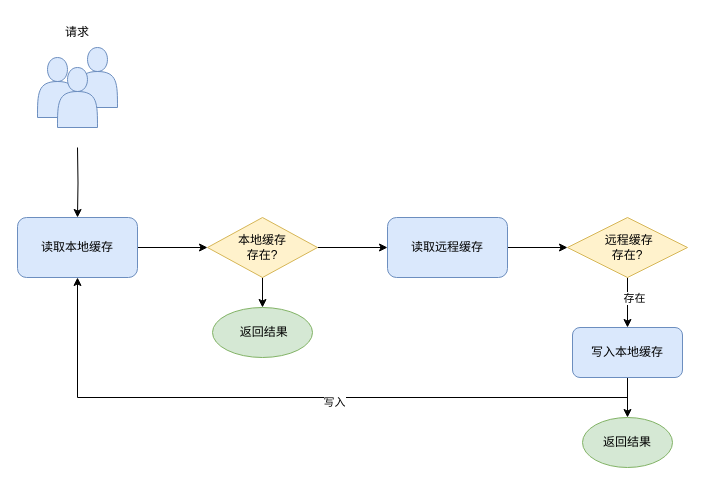
The draw.io diagram draw.io/redis 本地缓存机制.drawio in KeatonLi/pictures, before the edit. Source tidied: cells renumbered, new cells numbered last; positions are measured from the earlier drawing's top-left corner, leaving out a move shared by most shapes. Both pictures are drawn from the tidied source at 100%, with x=0, y=0 at pixel (17, 17).
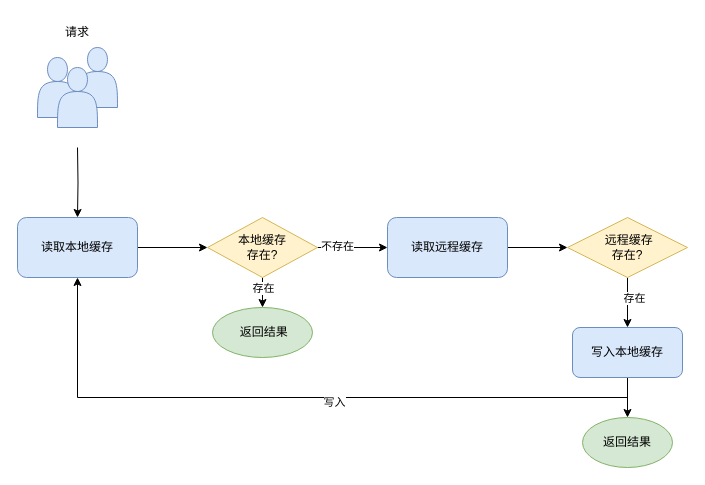
Above is the later version.

Commit message:
更新redis 本地缓存机制.drawio

Unchanged cells that the change refers to:
```xml
<mxCell id="7" style="edgeStyle=orthogonalEdgeStyle;rounded=0;jettySize=auto;html=1;entryX=0;entryY=0.5;entryDx=0;entryDy=0;" parent="1" edge="1" source="9" target="11">
  <mxGeometry relative="1" as="geometry" />
</mxCell>
<mxCell id="8" style="edgeStyle=orthogonalEdgeStyle;rounded=0;jettySize=auto;html=1;entryX=0.5;entryY=0;entryDx=0;entryDy=0;" parent="1" edge="1" source="9" target="17">
  <mxGeometry relative="1" as="geometry" />
</mxCell>
```

What changed in the source:
```diff
@@
+    <mxCell id="23" value="不存在" style="edgeLabel;html=1;align=center;verticalAlign=middle;" parent="7" vertex="1">
+      <mxGeometry x="-0.46" y="2" relative="1" as="geometry" />
+    </mxCell>
@@
+    <mxCell id="24" value="存在" style="edgeLabel;html=1;align=center;verticalAlign=middle;" parent="8" vertex="1">
+      <mxGeometry x="0.2" relative="1" as="geometry" />
+    </mxCell>
```
